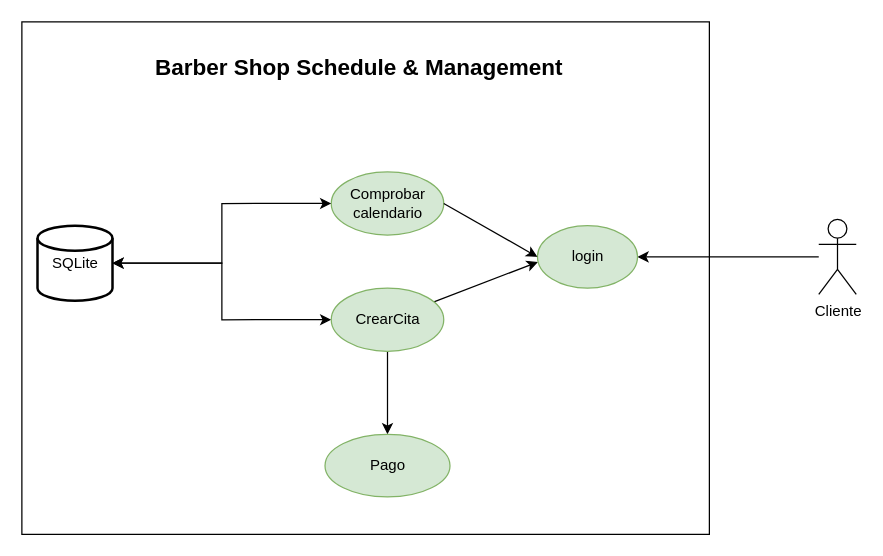
Earlier version of the draw.io diagram Diagrama sin título.drawio (colidom/ets). Source tidied: cells renumbered, new cells numbered last; positions are measured from the earlier drawing's top-left corner, leaving out a move shared by most shapes. Both pictures are drawn from the tidied source at 125%, with x=0, y=0 at pixel (21, 21).
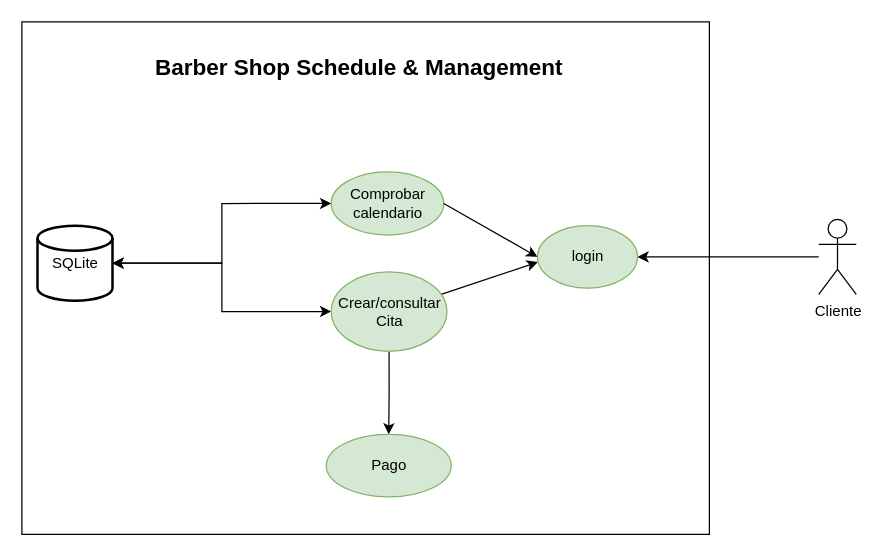
Above is the later version.

Diff of the diagram source:
```diff
@@
 <mxGraphModel>
   <root>
     <mxCell id="0" />
     <mxCell id="1" parent="0" />
     <mxCell id="2" style="rounded=0;whiteSpace=wrap;html=1;fillColor=default;" parent="1" vertex="1">
       <mxGeometry width="550" height="410" as="geometry" />
     </mxCell>
     <mxCell id="3" value="SQLite" style="strokeWidth=2;html=1;shape=mxgraph.flowchart.database;whiteSpace=wrap;" parent="1" vertex="1">
       <mxGeometry x="12.5" y="163" width="60" height="60" as="geometry" />
     </mxCell>
     <mxCell id="4" style="edgeStyle=orthogonalEdgeStyle;rounded=0;jettySize=auto;html=1;entryX=1;entryY=0.5;entryDx=0;entryDy=0;entryPerimeter=0;exitX=0;exitY=0.5;exitDx=0;exitDy=0;startArrow=classic;startFill=1;" parent="1" edge="1" source="11" target="3">
       <mxGeometry relative="1" as="geometry" />
     </mxCell>
     <mxCell id="5" value="&lt;h1 style=&quot;font-size: 23px;&quot; dir=&quot;auto&quot;&gt;&lt;font style=&quot;font-size: 23px;&quot;&gt;&lt;font style=&quot;font-size: 22px;&quot;&gt;&lt;font style=&quot;font-size: 21px;&quot;&gt;&lt;font style=&quot;font-size: 20px;&quot;&gt;&lt;font style=&quot;font-size: 19px;&quot;&gt;&lt;font style=&quot;font-size: 18px;&quot;&gt;Barber Shop Schedule &amp;amp; Management&lt;/font&gt;&lt;/font&gt;&lt;/font&gt;&lt;/font&gt;&lt;/font&gt;&lt;/font&gt;&lt;/h1&gt;" style="text;whiteSpace=wrap;html=1;" parent="1" vertex="1">
       <mxGeometry x="105" width="340" height="53" as="geometry" />
     </mxCell>
     <mxCell id="6" style="edgeStyle=orthogonalEdgeStyle;rounded=0;jettySize=auto;html=1;entryX=1;entryY=0.5;entryDx=0;entryDy=0;" parent="1" edge="1" source="7" target="9">
       <mxGeometry relative="1" as="geometry" />
     </mxCell>
     <mxCell id="7" value="Cliente" style="shape=umlActor;verticalLabelPosition=bottom;verticalAlign=top;html=1;outlineConnect=0;" parent="1" vertex="1">
       <mxGeometry x="637.5" y="158" width="30" height="60" as="geometry" />
     </mxCell>
     <mxCell id="8" style="rounded=0;jettySize=auto;html=1;endArrow=none;endFill=0;startArrow=classic;startFill=1;exitX=0.004;exitY=0.582;exitDx=0;exitDy=0;exitPerimeter=0;" parent="1" edge="1" source="9" target="11">
       <mxGeometry relative="1" as="geometry" />
     </mxCell>
     <mxCell id="9" value="login" style="ellipse;whiteSpace=wrap;html=1;fillColor=#d5e8d4;strokeColor=#82b366;" parent="1" vertex="1">
       <mxGeometry x="412.5" y="163" width="80" height="50" as="geometry" />
     </mxCell>
     <mxCell id="10" style="edgeStyle=orthogonalEdgeStyle;rounded=0;jettySize=auto;html=1;" parent="1" edge="1" source="11" target="12">
       <mxGeometry relative="1" as="geometry" />
     </mxCell>
-    <mxCell id="11" value="CrearCita" style="ellipse;whiteSpace=wrap;html=1;fillColor=#d5e8d4;strokeColor=#82b366;" parent="1" vertex="1">
-      <mxGeometry x="247.5" y="213" width="90" height="50.5" as="geometry" />
+    <mxCell id="11" value="&lt;div&gt;Crear/consultar&lt;/div&gt;&lt;div&gt;Cita&lt;/div&gt;" style="ellipse;whiteSpace=wrap;html=1;fillColor=#d5e8d4;strokeColor=#82b366;" parent="1" vertex="1">
+      <mxGeometry x="247.5" y="200" width="92.5" height="63.5" as="geometry" />
     </mxCell>
     <mxCell id="12" value="Pago" style="ellipse;whiteSpace=wrap;html=1;fillColor=#d5e8d4;strokeColor=#82b366;" parent="1" vertex="1">
-      <mxGeometry x="242.5" y="330" width="100" height="50" as="geometry" />
+      <mxGeometry x="243.5" y="330" width="100" height="50" as="geometry" />
     </mxCell>
     <mxCell id="13" value="&lt;div&gt;Comprobar&lt;/div&gt;&lt;div&gt;calendario&lt;br&gt;&lt;/div&gt;" style="ellipse;whiteSpace=wrap;html=1;fillColor=#d5e8d4;strokeColor=#82b366;" parent="1" vertex="1">
       <mxGeometry x="247.5" y="120" width="90" height="50.5" as="geometry" />
     </mxCell>
     <mxCell id="14" style="rounded=0;jettySize=auto;html=1;endArrow=none;endFill=0;startArrow=classic;startFill=1;exitX=0;exitY=0.5;exitDx=0;exitDy=0;entryX=1;entryY=0.5;entryDx=0;entryDy=0;" parent="1" edge="1" source="9" target="13">
       <mxGeometry relative="1" as="geometry" />
     </mxCell>
     <mxCell id="15" style="edgeStyle=orthogonalEdgeStyle;rounded=0;jettySize=auto;html=1;entryX=1;entryY=0.5;entryDx=0;entryDy=0;entryPerimeter=0;exitX=0;exitY=0.5;exitDx=0;exitDy=0;startArrow=classic;startFill=1;" parent="1" edge="1" source="13" target="3">
       <mxGeometry relative="1" as="geometry" />
     </mxCell>
   </root>
 </mxGraphModel>
```
